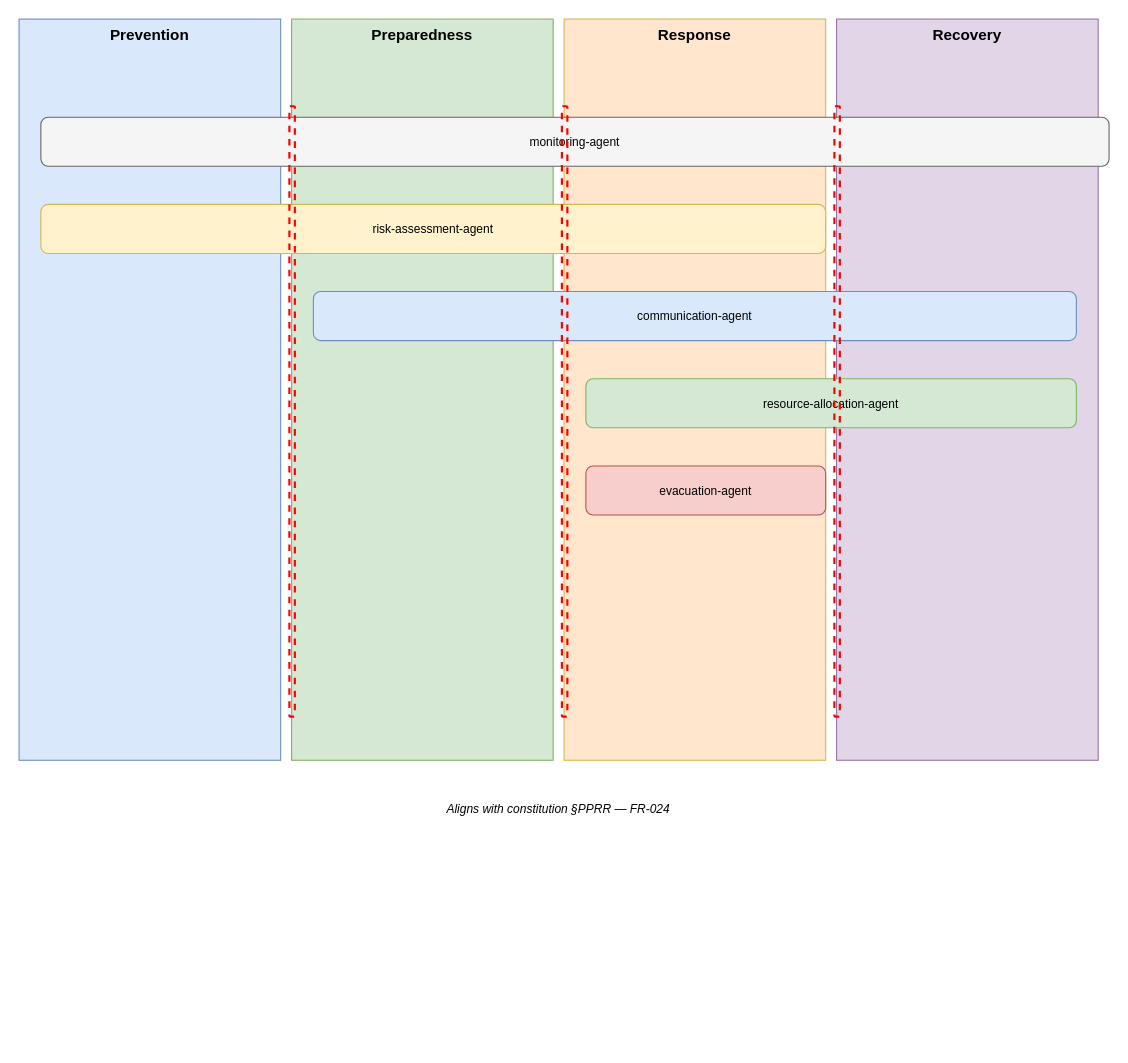
Earlier version of the draw.io diagram docs/architecture/operational/pprr-phase-overlay.drawio (johnbilliris/ama). Source tidied: cells renumbered, new cells numbered last; positions are measured from the earlier drawing's top-left corner, leaving out a move shared by most shapes. Both pictures are drawn from the tidied source at 109%, with x=0, y=0 at pixel (19, 19).
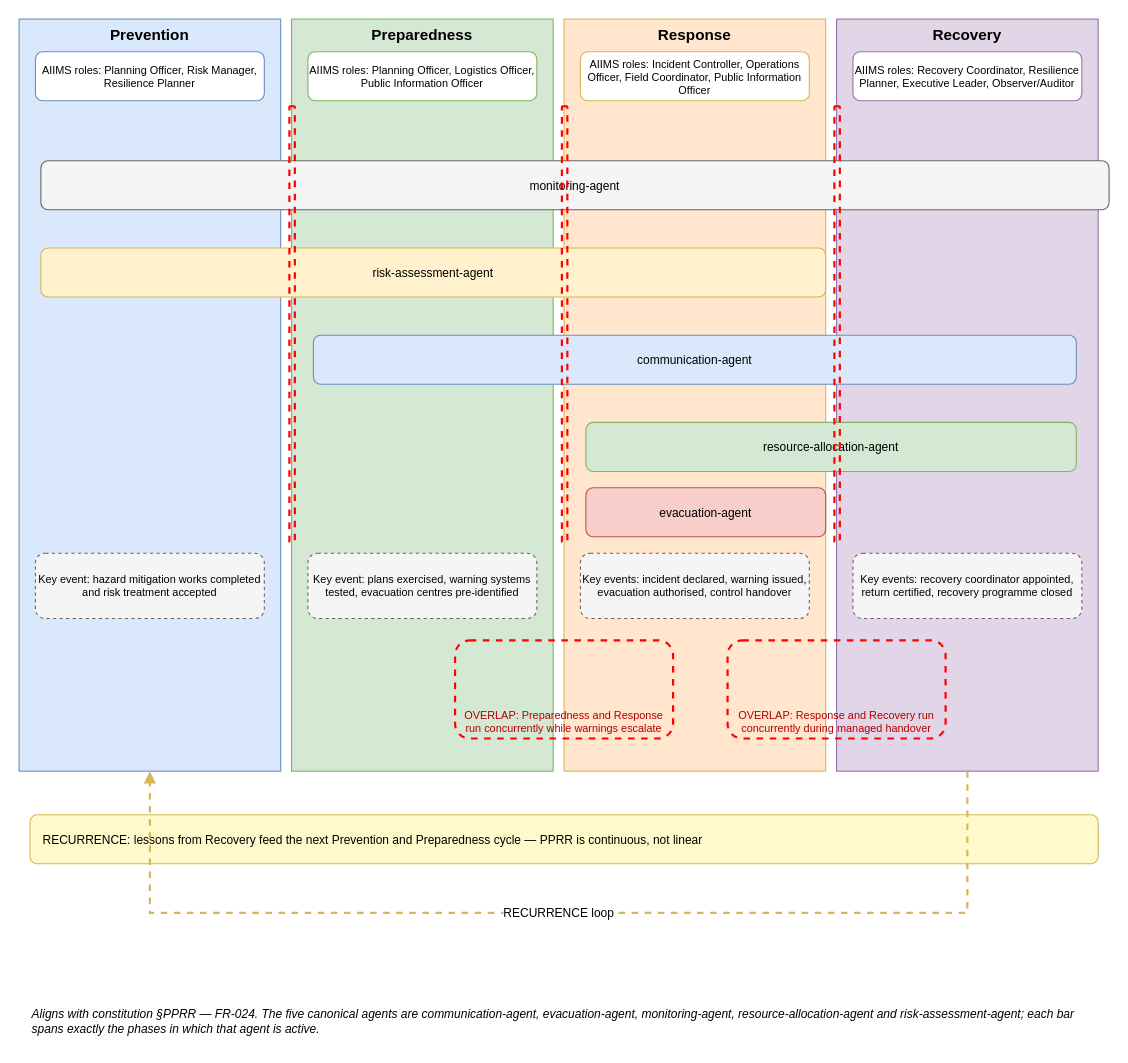
The same diagram, later.

What changed in the source:
```diff
@@
     <mxCell id="2" value="Prevention" style="rounded=0;whiteSpace=wrap;html=1;fillColor=#dae8fc;strokeColor=#6c8ebf;fontSize=14;fontStyle=1;verticalAlign=top;" parent="1" vertex="1">
-      <mxGeometry width="240" height="680" as="geometry" />
+      <mxGeometry width="240" height="690" as="geometry" />
     </mxCell>
     <mxCell id="3" value="Preparedness" style="rounded=0;whiteSpace=wrap;html=1;fillColor=#d5e8d4;strokeColor=#82b366;fontSize=14;fontStyle=1;verticalAlign=top;" parent="1" vertex="1">
-      <mxGeometry x="250" width="240" height="680" as="geometry" />
+      <mxGeometry x="250" width="240" height="690" as="geometry" />
     </mxCell>
     <mxCell id="4" value="Response" style="rounded=0;whiteSpace=wrap;html=1;fillColor=#ffe6cc;strokeColor=#d6b656;fontSize=14;fontStyle=1;verticalAlign=top;" parent="1" vertex="1">
-      <mxGeometry x="500" width="240" height="680" as="geometry" />
+      <mxGeometry x="500" width="240" height="690" as="geometry" />
     </mxCell>
     <mxCell id="5" value="Recovery" style="rounded=0;whiteSpace=wrap;html=1;fillColor=#e1d5e7;strokeColor=#9673a6;fontSize=14;fontStyle=1;verticalAlign=top;" parent="1" vertex="1">
-      <mxGeometry x="750" width="240" height="680" as="geometry" />
+      <mxGeometry x="750" width="240" height="690" as="geometry" />
     </mxCell>
     <mxCell id="6" value="monitoring-agent" style="rounded=1;whiteSpace=wrap;html=1;fillColor=#f5f5f5;strokeColor=#666666;fontSize=11;" parent="1" vertex="1">
-      <mxGeometry x="20" y="90" width="980" height="45" as="geometry" />
+      <mxGeometry x="20" y="130" width="980" height="45" as="geometry" />
     </mxCell>
     <mxCell id="7" value="risk-assessment-agent" style="rounded=1;whiteSpace=wrap;html=1;fillColor=#fff2cc;strokeColor=#d6b656;fontSize=11;" parent="1" vertex="1">
-      <mxGeometry x="20" y="170" width="720" height="45" as="geometry" />
+      <mxGeometry x="20" y="210" width="720" height="45" as="geometry" />
     </mxCell>
     <mxCell id="8" value="communication-agent" style="rounded=1;whiteSpace=wrap;html=1;fillColor=#dae8fc;strokeColor=#6c8ebf;fontSize=11;" parent="1" vertex="1">
-      <mxGeometry x="270" y="250" width="700" height="45" as="geometry" />
+      <mxGeometry x="270" y="290" width="700" height="45" as="geometry" />
     </mxCell>
     <mxCell id="9" value="resource-allocation-agent" style="rounded=1;whiteSpace=wrap;html=1;fillColor=#d5e8d4;strokeColor=#82b366;fontSize=11;" parent="1" vertex="1">
-      <mxGeometry x="520" y="330" width="450" height="45" as="geometry" />
+      <mxGeometry x="520" y="370" width="450" height="45" as="geometry" />
     </mxCell>
     <mxCell id="10" value="evacuation-agent" style="rounded=1;whiteSpace=wrap;html=1;fillColor=#f8cecc;strokeColor=#b85450;fontSize=11;" parent="1" vertex="1">
-      <mxGeometry x="520" y="410" width="220" height="45" as="geometry" />
+      <mxGeometry x="520" y="430" width="220" height="45" as="geometry" />
     </mxCell>
     <mxCell id="11" style="rounded=1;whiteSpace=wrap;html=1;fillColor=none;strokeColor=#FF0000;dashed=1;strokeWidth=2;fontSize=10;" parent="1" vertex="1">
-      <mxGeometry x="248" y="80" width="5" height="560" as="geometry" />
+      <mxGeometry x="248" y="80" width="5" height="400" as="geometry" />
     </mxCell>
     <mxCell id="12" style="rounded=1;whiteSpace=wrap;html=1;fillColor=none;strokeColor=#FF0000;dashed=1;strokeWidth=2;fontSize=10;" parent="1" vertex="1">
-      <mxGeometry x="498" y="80" width="5" height="560" as="geometry" />
+      <mxGeometry x="498" y="80" width="5" height="400" as="geometry" />
     </mxCell>
     <mxCell id="13" style="rounded=1;whiteSpace=wrap;html=1;fillColor=none;strokeColor=#FF0000;dashed=1;strokeWidth=2;fontSize=10;" parent="1" vertex="1">
-      <mxGeometry x="748" y="80" width="5" height="560" as="geometry" />
+      <mxGeometry x="748" y="80" width="5" height="400" as="geometry" />
     </mxCell>
-    <mxCell id="14" value="Aligns with constitution §PPRR — FR-024" style="text;html=1;strokeColor=none;fillColor=none;align=center;verticalAlign=middle;whiteSpace=wrap;rounded=0;fontSize=11;fontStyle=2;" parent="1" vertex="1">
-      <mxGeometry x="220" y="710" width="550" height="30" as="geometry" />
+    <mxCell id="14" value="Aligns with constitution §PPRR — FR-024. The five canonical agents are communication-agent, evacuation-agent, monitoring-agent, resource-allocation-agent and risk-assessment-agent; each bar spans exactly the phases in which that agent is active." style="text;html=1;strokeColor=none;fillColor=none;align=left;verticalAlign=middle;whiteSpace=wrap;rounded=0;fontSize=11;fontStyle=2;" parent="1" vertex="1">
+      <mxGeometry x="10" y="900" width="980" height="40" as="geometry" />
     </mxCell>
+    <mxCell id="15" value="AIIMS roles: Planning Officer, Risk Manager, Resilience Planner" style="rounded=1;whiteSpace=wrap;html=1;fillColor=#ffffff;strokeColor=#6c8ebf;fontSize=10;" parent="1" vertex="1">
+      <mxGeometry x="15" y="30" width="210" height="45" as="geometry" />
+    </mxCell>
+    <mxCell id="16" value="AIIMS roles: Planning Officer, Logistics Officer, Public Information Officer" style="rounded=1;whiteSpace=wrap;html=1;fillColor=#ffffff;strokeColor=#82b366;fontSize=10;" parent="1" vertex="1">
+      <mxGeometry x="265" y="30" width="210" height="45" as="geometry" />
+    </mxCell>
+    <mxCell id="17" value="AIIMS roles: Incident Controller, Operations Officer, Field Coordinator, Public Information Officer" style="rounded=1;whiteSpace=wrap;html=1;fillColor=#ffffff;strokeColor=#d6b656;fontSize=10;" parent="1" vertex="1">
+      <mxGeometry x="515" y="30" width="210" height="45" as="geometry" />
+    </mxCell>
+    <mxCell id="18" value="AIIMS roles: Recovery Coordinator, Resilience Planner, Executive Leader, Observer/Auditor" style="rounded=1;whiteSpace=wrap;html=1;fillColor=#ffffff;strokeColor=#9673a6;fontSize=10;" parent="1" vertex="1">
+      <mxGeometry x="765" y="30" width="210" height="45" as="geometry" />
+    </mxCell>
+    <mxCell id="19" value="Key event: hazard mitigation works completed and risk treatment accepted" style="rounded=1;whiteSpace=wrap;html=1;fillColor=#f5f5f5;strokeColor=#666666;fontSize=10;dashed=1;" parent="1" vertex="1">
+      <mxGeometry x="15" y="490" width="210" height="60" as="geometry" />
+    </mxCell>
+    <mxCell id="20" value="Key event: plans exercised, warning systems tested, evacuation centres pre-identified" style="rounded=1;whiteSpace=wrap;html=1;fillColor=#f5f5f5;strokeColor=#666666;fontSize=10;dashed=1;" parent="1" vertex="1">
+      <mxGeometry x="265" y="490" width="210" height="60" as="geometry" />
+    </mxCell>
+    <mxCell id="21" value="Key events: incident declared, warning issued, evacuation authorised, control handover" style="rounded=1;whiteSpace=wrap;html=1;fillColor=#f5f5f5;strokeColor=#666666;fontSize=10;dashed=1;" parent="1" vertex="1">
+      <mxGeometry x="515" y="490" width="210" height="60" as="geometry" />
+    </mxCell>
+    <mxCell id="22" value="Key events: recovery coordinator appointed, return certified, recovery programme closed" style="rounded=1;whiteSpace=wrap;html=1;fillColor=#f5f5f5;strokeColor=#666666;fontSize=10;dashed=1;" parent="1" vertex="1">
+      <mxGeometry x="765" y="490" width="210" height="60" as="geometry" />
+    </mxCell>
+    <mxCell id="23" value="OVERLAP: Preparedness and Response run concurrently while warnings escalate" style="rounded=1;whiteSpace=wrap;html=1;fillColor=none;strokeColor=#FF0000;dashed=1;strokeWidth=2;fontSize=10;fontColor=#b30000;verticalAlign=bottom;" parent="1" vertex="1">
+      <mxGeometry x="400" y="570" width="200" height="90" as="geometry" />
+    </mxCell>
+    <mxCell id="24" value="OVERLAP: Response and Recovery run concurrently during managed handover" style="rounded=1;whiteSpace=wrap;html=1;fillColor=none;strokeColor=#FF0000;dashed=1;strokeWidth=2;fontSize=10;fontColor=#b30000;verticalAlign=bottom;" parent="1" vertex="1">
+      <mxGeometry x="650" y="570" width="200" height="90" as="geometry" />
+    </mxCell>
+    <mxCell id="25" value="RECURRENCE: lessons from Recovery feed the next Prevention and Preparedness cycle — PPRR is continuous, not linear" style="rounded=1;whiteSpace=wrap;html=1;fillColor=#fff9cc;strokeColor=#d6b656;fontSize=11;align=left;spacingLeft=10;" parent="1" vertex="1">
+      <mxGeometry x="10" y="730" width="980" height="45" as="geometry" />
+    </mxCell>
+    <mxCell id="26" value="RECURRENCE loop" style="endArrow=block;html=1;rounded=0;strokeWidth=2;dashed=1;strokeColor=#d6b656;edgeStyle=orthogonalEdgeStyle;exitX=0.5;exitY=1;entryX=0.5;entryY=1;" parent="1" edge="1" source="5" target="2">
+      <mxGeometry relative="1" as="geometry">
+        <Array as="points">
+          <mxPoint x="870" y="820" />
+          <mxPoint x="120" y="820" />
+        </Array>
+      </mxGeometry>
+    </mxCell>
```
